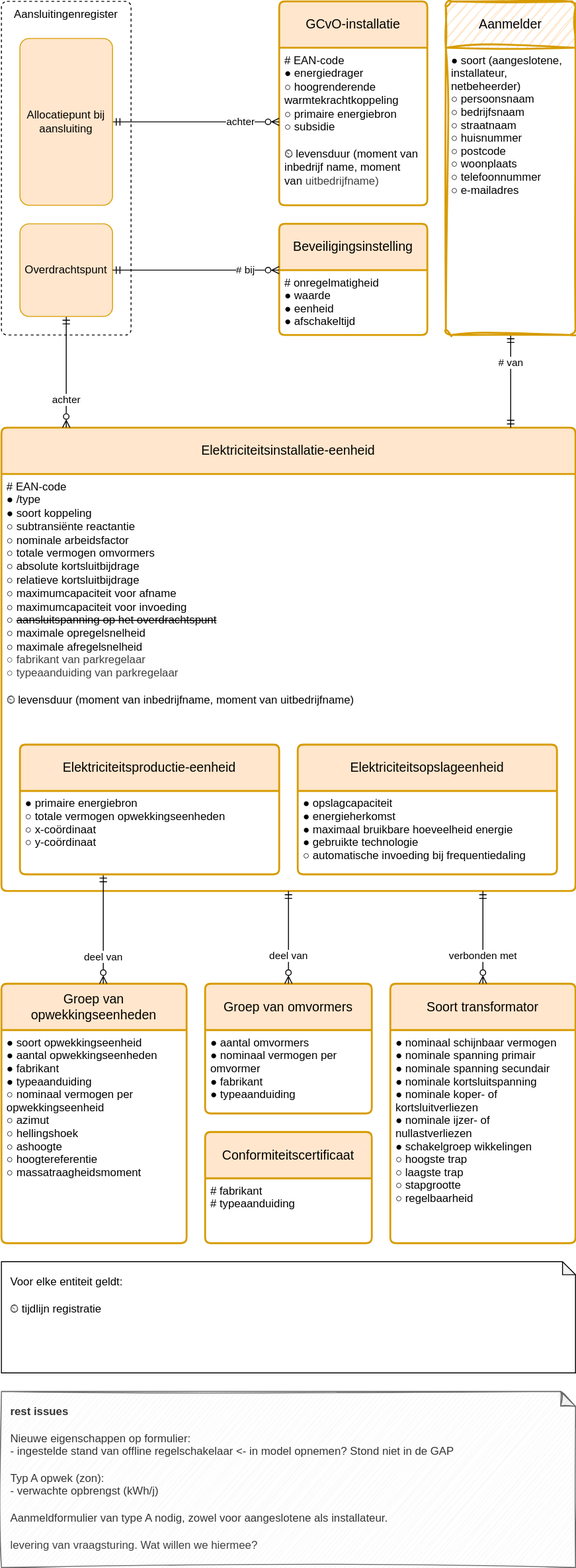
This is registers/installatieregister/1.0/installatieregister.drawio.svg from Netbeheer-Nederland/stelsel, a draw.io export, as it was before one commit. Source tidied: cells renumbered, new cells last; positions are measured from the earlier drawing's top-left corner, leaving out a move shared by most shapes.
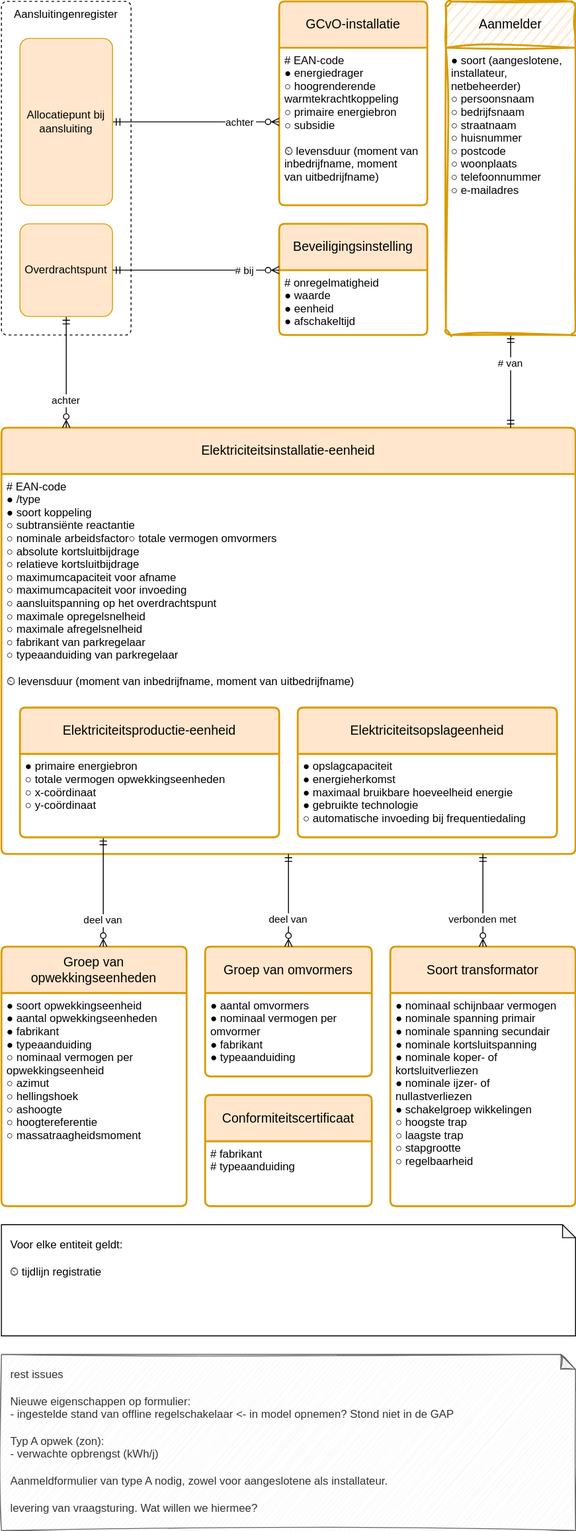
After the commit.

What changed in the source:
```diff
@@ -4,21 +4,21 @@
     <mxCell id="1" parent="0" />
-    <mxCell id="2" value="Aansluitingenregister" style="rounded=1;whiteSpace=wrap;html=1;dashed=1;verticalAlign=top;arcSize=12;absoluteArcSize=1;" parent="1" vertex="1">
-      <mxGeometry width="140" height="360" as="geometry" />
+    <mxCell id="2" value="Aansluitingenregister" style="rounded=1;whiteSpace=wrap;dashed=1;verticalAlign=top;arcSize=12;absoluteArcSize=1;" parent="1" vertex="1">
+      <mxGeometry y="40" width="140" height="360" as="geometry" />
     </mxCell>
-    <mxCell id="3" value="GCvO-installatie" style="swimlane;horizontal=1;startSize=50;rounded=1;fontSize=14;fontStyle=0;strokeWidth=2;shadow=0;dashed=0;align=center;arcSize=4;fillColor=#ffe6cc;strokeColor=#d79b00;whiteSpace=wrap;html=1;spacing=10;" parent="1" vertex="1">
-      <mxGeometry x="300" width="160" height="220" as="geometry" />
+    <mxCell id="3" value="GCvO-installatie" style="swimlane;horizontal=1;startSize=50;rounded=1;fontSize=14;fontStyle=0;strokeWidth=2;shadow=0;dashed=0;align=center;arcSize=4;fillColor=#ffe6cc;strokeColor=#d79b00;whiteSpace=wrap;spacing=10;" parent="1" vertex="1">
+      <mxGeometry x="300" y="40" width="160" height="220" as="geometry" />
     </mxCell>
-    <mxCell id="4" value="# EAN-code&lt;br&gt;● energiedrager&lt;br&gt;○&amp;nbsp;hoogrenderende&lt;div&gt;&amp;nbsp; &amp;nbsp;warmtekrachtkoppeling&lt;br&gt;○ primaire energiebron&lt;br&gt;&lt;div&gt;○ subsidie&lt;br&gt;&lt;br&gt;⏲&amp;nbsp;levensduur&amp;nbsp;&lt;span style=&quot;background-color: initial; color: light-dark(rgb(0, 0, 0), rgb(255, 255, 255));&quot;&gt;(moment&amp;nbsp;&lt;/span&gt;&lt;span style=&quot;background-color: initial; color: light-dark(rgb(0, 0, 0), rgb(255, 255, 255));&quot;&gt;van&lt;/span&gt;&lt;/div&gt;&lt;div&gt;&lt;span style=&quot;background-color: initial; color: light-dark(rgb(0, 0, 0), rgb(255, 255, 255));&quot;&gt;&amp;nbsp; &amp;nbsp; &amp;nbsp;inbedrijf&lt;/span&gt;&lt;span style=&quot;background-color: initial; color: light-dark(rgb(0, 0, 0), rgb(255, 255, 255));&quot;&gt;name,&amp;nbsp;&lt;/span&gt;&lt;span style=&quot;background-color: initial;&quot;&gt;moment&lt;/span&gt;&lt;/div&gt;&lt;div&gt;&lt;span style=&quot;background-color: initial;&quot;&gt;&amp;nbsp; &amp;nbsp; &amp;nbsp;van&amp;nbsp;&lt;/span&gt;&lt;span style=&quot;color: rgb(63, 63, 63); background-color: initial;&quot;&gt;uitbedrijfname)&lt;/span&gt;&lt;/div&gt;&lt;/div&gt;" style="align=left;strokeColor=none;fillColor=none;spacingLeft=4;fontSize=12;verticalAlign=top;html=1;" parent="3" vertex="1">
+    <mxCell id="4" value="# EAN-code&#10;● energiedrager&#10;○ hoogrenderende&#10;   warmtekrachtkoppeling&#10;○ primaire energiebron&#10;○ subsidie&#10;&#10;⏲ levensduur (moment van&#10;     inbedrijfname, moment&#10;     van uitbedrijfname)" style="align=left;strokeColor=none;fillColor=none;spacingLeft=4;fontSize=12;verticalAlign=top;" parent="3" vertex="1">
       <mxGeometry y="50" width="160" height="170" as="geometry" />
     </mxCell>
-    <mxCell id="5" value="achter" style="edgeStyle=elbowEdgeStyle;rounded=0;jettySize=auto;html=1;endArrow=ERmandOne;endFill=0;startArrow=ERzeroToMany;startFill=0;align=right;elbow=vertical;" parent="1" edge="1" source="3" target="22">
+    <mxCell id="5" value="achter" style="edgeStyle=elbowEdgeStyle;rounded=0;jettySize=auto;endArrow=ERmandOne;endFill=0;startArrow=ERzeroToMany;startFill=0;align=right;elbow=vertical;" parent="1" edge="1" source="3" target="22">
       <mxGeometry x="-0.73" relative="1" as="geometry" />
     </mxCell>
-    <mxCell id="6" value="Elektriciteitsinstallatie-eenheid" style="swimlane;horizontal=1;startSize=50;rounded=1;fontSize=14;fontStyle=0;strokeWidth=2;shadow=0;dashed=0;align=center;fillColor=#ffe6cc;strokeColor=#d79b00;arcSize=4;whiteSpace=wrap;html=1;spacing=10;" parent="1" vertex="1">
-      <mxGeometry y="460" width="620" height="500" as="geometry" />
+    <mxCell id="6" value="Elektriciteitsinstallatie-eenheid" style="swimlane;horizontal=1;startSize=50;rounded=1;fontSize=14;fontStyle=0;strokeWidth=2;shadow=0;dashed=0;align=center;fillColor=#ffe6cc;strokeColor=#d79b00;arcSize=4;whiteSpace=wrap;spacing=10;" parent="1" vertex="1">
+      <mxGeometry y="500" width="620" height="460" as="geometry" />
     </mxCell>
-    <mxCell id="7" value="&lt;font style=&quot;background-color: light-dark(#ffffff, var(--ge-dark-color, #121212));&quot;&gt;# EAN-code&lt;br&gt;● /type&lt;/font&gt;&lt;div&gt;&lt;font style=&quot;background-color: light-dark(#ffffff, var(--ge-dark-color, #121212));&quot;&gt;&lt;span style=&quot;color: rgb(0, 0, 0);&quot;&gt;● soort koppeling&lt;/span&gt;&lt;/font&gt;&lt;/div&gt;&lt;div&gt;&lt;font style=&quot;background-color: light-dark(#ffffff, var(--ge-dark-color, #121212));&quot;&gt;&lt;span style=&quot;color: rgb(0, 0, 0);&quot;&gt;○&amp;nbsp;subtransiënte reactantie&lt;/span&gt;&lt;br style=&quot;color: rgb(63, 63, 63); scrollbar-color: rgb(226, 226, 226) rgb(251, 251, 251); padding: 0px; margin: 0px;&quot;&gt;&lt;span style=&quot;color: rgb(0, 0, 0);&quot;&gt;○&amp;nbsp;nominale arbeidsfactor&lt;/span&gt;&lt;font color=&quot;#000000&quot;&gt;&lt;br style=&quot;scrollbar-color: rgb(226, 226, 226) rgb(251, 251, 251); padding: 0px; margin: 0px; color: rgb(63, 63, 63);&quot;&gt;&lt;/font&gt;○&amp;nbsp;totale vermogen omvormers&lt;br&gt;○ absolute kortsluitbijdrage&lt;br&gt;○ relatieve kortsluitbijdrage&lt;br&gt;○&amp;nbsp;maximumcapaciteit voor&amp;nbsp;afname&lt;br&gt;○&amp;nbsp;maximumcapaciteit voor&amp;nbsp;invoeding&lt;br&gt;○&amp;nbsp;&lt;strike style=&quot;&quot;&gt;aansluitspanning op het overdrachtspunt&lt;/strike&gt;&lt;/font&gt;&lt;div&gt;&lt;font&gt;&lt;span style=&quot;background-color: light-dark(#ffffff, var(--ge-dark-color, #121212));&quot;&gt;○ maximale opregelsnelheid&lt;/span&gt;&lt;/font&gt;&lt;/div&gt;&lt;div&gt;&lt;font&gt;&lt;span style=&quot;background-color: light-dark(#ffffff, var(--ge-dark-color, #121212));&quot;&gt;○ maximale afregelsnelheid&lt;/span&gt;&lt;/font&gt;&lt;/div&gt;&lt;div&gt;&lt;font&gt;&lt;span style=&quot;color: rgb(63, 63, 63);&quot;&gt;○&amp;nbsp;&lt;/span&gt;&lt;span style=&quot;color: rgb(63, 63, 63); scrollbar-color: rgb(226, 226, 226) rgb(251, 251, 251);&quot;&gt;fabrikant van parkregelaar&lt;/span&gt;&lt;span style=&quot;background-color: light-dark(#ffffff, var(--ge-dark-color, #121212));&quot;&gt;&lt;/span&gt;&lt;/font&gt;&lt;/div&gt;&lt;div&gt;&lt;font&gt;&lt;span style=&quot;color: rgb(63, 63, 63);&quot;&gt;○ typeaanduiding van parkregelaar&lt;/span&gt;&lt;span style=&quot;background-color: light-dark(#ffffff, var(--ge-dark-color, #121212));&quot;&gt;&lt;/span&gt;&lt;/font&gt;&lt;/div&gt;&lt;div&gt;&lt;br&gt;&lt;/div&gt;&lt;div&gt;&lt;div&gt;&lt;font style=&quot;background-color: light-dark(#ffffff, var(--ge-dark-color, #121212));&quot;&gt;⏲&amp;nbsp;levensduur (moment van inbedrijfname, moment van uitbedrijfname)&lt;/font&gt;&lt;/div&gt;&lt;/div&gt;&lt;/div&gt;" style="align=left;strokeColor=none;fillColor=none;spacingLeft=4;fontSize=12;verticalAlign=top;fontColor=default;html=1;" parent="6" vertex="1">
-      <mxGeometry y="50" width="620" height="450" as="geometry" />
+    <mxCell id="7" value="# EAN-code&#10;● /type&#10;● soort koppeling&#10;○ subtransiënte reactantie&#10;○ nominale arbeidsfactor○ totale vermogen omvormers&#10;○ absolute kortsluitbijdrage&#10;○ relatieve kortsluitbijdrage&#10;○ maximumcapaciteit voor afname&#10;○ maximumcapaciteit voor invoeding&#10;○ aansluitspanning op het overdrachtspunt&#10;○ maximale opregelsnelheid&#10;○ maximale afregelsnelheid&#10;○ fabrikant van parkregelaar&#10;○ typeaanduiding van parkregelaar&#10;&#10;⏲ levensduur (moment van inbedrijfname, moment van uitbedrijfname)" style="align=left;strokeColor=none;fillColor=none;spacingLeft=4;fontSize=12;verticalAlign=top;fontColor=default;" parent="6" vertex="1">
+      <mxGeometry y="50" width="620" height="410" as="geometry" />
     </mxCell>
-    <mxCell id="8" value="Groep van opwekkingseenheden" style="swimlane;horizontal=1;startSize=50;rounded=1;fontSize=14;fontStyle=0;strokeWidth=2;shadow=0;dashed=0;align=center;fillColor=#ffe6cc;strokeColor=#d79b00;arcSize=4;whiteSpace=wrap;html=1;spacing=10;" parent="1" vertex="1">
+    <mxCell id="8" value="Groep van opwekkingseenheden" style="swimlane;horizontal=1;startSize=50;rounded=1;fontSize=14;fontStyle=0;strokeWidth=2;shadow=0;dashed=0;align=center;fillColor=#ffe6cc;strokeColor=#d79b00;arcSize=4;whiteSpace=wrap;spacing=10;" parent="1" vertex="1">
       <mxGeometry y="1060" width="200" height="280" as="geometry" />
@@ -28,3 +28,3 @@
     </mxCell>
-    <mxCell id="10" value="Soort transformator" style="swimlane;horizontal=1;startSize=50;rounded=1;fontSize=14;fontStyle=0;strokeWidth=2;shadow=0;dashed=0;align=center;fillColor=#ffe6cc;strokeColor=#d79b00;arcSize=4;whiteSpace=wrap;html=1;spacing=10;" parent="1" vertex="1">
+    <mxCell id="10" value="Soort transformator" style="swimlane;horizontal=1;startSize=50;rounded=1;fontSize=14;fontStyle=0;strokeWidth=2;shadow=0;dashed=0;align=center;fillColor=#ffe6cc;strokeColor=#d79b00;arcSize=4;whiteSpace=wrap;spacing=10;" parent="1" vertex="1">
       <mxGeometry x="420" y="1060" width="200" height="280" as="geometry" />
@@ -34,6 +34,6 @@
     </mxCell>
-    <mxCell id="12" value="deel van" style="endArrow=ERzeroToMany;html=1;rounded=0;startArrow=ERmandOne;startFill=0;endFill=0;edgeStyle=elbowEdgeStyle;align=center;" parent="1" edge="1" source="13" target="8">
+    <mxCell id="12" value="deel van" style="endArrow=ERzeroToMany;rounded=0;startArrow=ERmandOne;startFill=0;endFill=0;edgeStyle=elbowEdgeStyle;align=center;" parent="1" edge="1" source="13" target="8">
       <mxGeometry x="0.5" relative="1" as="geometry" />
     </mxCell>
-    <mxCell id="13" value="Elektriciteitsproductie-eenheid" style="swimlane;horizontal=1;startSize=50;rounded=1;fontSize=14;fontStyle=0;strokeWidth=2;shadow=0;dashed=0;align=center;fillColor=#ffe6cc;strokeColor=#d79b00;arcSize=4;whiteSpace=wrap;html=1;spacing=10;" parent="1" vertex="1">
+    <mxCell id="13" value="Elektriciteitsproductie-eenheid" style="swimlane;horizontal=1;startSize=50;rounded=1;fontSize=14;fontStyle=0;strokeWidth=2;shadow=0;dashed=0;align=center;fillColor=#ffe6cc;strokeColor=#d79b00;arcSize=4;whiteSpace=wrap;spacing=10;" parent="1" vertex="1">
       <mxGeometry x="20" y="802" width="280" height="140" as="geometry" />
@@ -43,3 +43,3 @@
     </mxCell>
-    <mxCell id="15" value="Elektriciteitsopslageenheid" style="swimlane;horizontal=1;startSize=50;rounded=1;fontSize=14;fontStyle=0;strokeWidth=2;shadow=0;dashed=0;align=center;fillColor=#ffe6cc;strokeColor=#d79b00;arcSize=4;whiteSpace=wrap;html=1;spacing=10;" parent="1" vertex="1">
+    <mxCell id="15" value="Elektriciteitsopslageenheid" style="swimlane;horizontal=1;startSize=50;rounded=1;fontSize=14;fontStyle=0;strokeWidth=2;shadow=0;dashed=0;align=center;fillColor=#ffe6cc;strokeColor=#d79b00;arcSize=4;whiteSpace=wrap;spacing=10;" parent="1" vertex="1">
       <mxGeometry x="320" y="802" width="280" height="140" as="geometry" />
@@ -49,12 +49,12 @@
     </mxCell>
-    <mxCell id="17" style="edgeStyle=none;html=1;entryX=0;entryY=0;entryDx=0;entryDy=0;" parent="15" edge="1" source="15" target="16">
+    <mxCell id="17" style="edgeStyle=none;entryX=0;entryY=0;entryDx=0;entryDy=0;" parent="15" edge="1" source="15" target="16">
       <mxGeometry relative="1" as="geometry" />
     </mxCell>
-    <mxCell id="18" value="achter" style="endArrow=ERmandOne;html=1;rounded=0;endFill=0;startArrow=ERzeroToMany;startFill=0;align=center;edgeStyle=elbowEdgeStyle;" parent="1" edge="1" source="6" target="19">
+    <mxCell id="18" value="achter" style="endArrow=ERmandOne;rounded=0;endFill=0;startArrow=ERzeroToMany;startFill=0;align=center;edgeStyle=elbowEdgeStyle;" parent="1" edge="1" source="6" target="19">
       <mxGeometry x="-0.5" relative="1" as="geometry" />
     </mxCell>
-    <mxCell id="19" value="Overdrachtspunt" style="rounded=1;arcSize=10;whiteSpace=wrap;html=1;align=center;fillColor=#ffe6cc;strokeColor=#d79b00;" parent="1" vertex="1">
-      <mxGeometry x="20" y="240" width="100" height="100" as="geometry" />
+    <mxCell id="19" value="Overdrachtspunt" style="rounded=1;arcSize=10;whiteSpace=wrap;align=center;fillColor=#ffe6cc;strokeColor=#d79b00;" parent="1" vertex="1">
+      <mxGeometry x="20" y="280" width="100" height="100" as="geometry" />
     </mxCell>
-    <mxCell id="20" value="Conformiteitscertificaat" style="swimlane;horizontal=1;startSize=50;rounded=1;fontSize=14;fontStyle=0;strokeWidth=2;shadow=0;dashed=0;align=center;fillColor=#ffe6cc;strokeColor=#d79b00;arcSize=4;whiteSpace=wrap;html=1;spacing=10;" parent="1" vertex="1">
+    <mxCell id="20" value="Conformiteitscertificaat" style="swimlane;horizontal=1;startSize=50;rounded=1;fontSize=14;fontStyle=0;strokeWidth=2;shadow=0;dashed=0;align=center;fillColor=#ffe6cc;strokeColor=#d79b00;arcSize=4;whiteSpace=wrap;spacing=10;" parent="1" vertex="1">
       <mxGeometry x="220" y="1220" width="180" height="120" as="geometry" />
@@ -64,7 +64,7 @@
     </mxCell>
-    <mxCell id="22" value="Allocatiepunt bij aansluiting" style="rounded=1;arcSize=10;whiteSpace=wrap;html=1;align=center;fillColor=#ffe6cc;strokeColor=#d79b00;" parent="1" vertex="1">
-      <mxGeometry x="20" y="40" width="100" height="180" as="geometry" />
+    <mxCell id="22" value="Allocatiepunt bij aansluiting" style="rounded=1;arcSize=10;whiteSpace=wrap;align=center;fillColor=#ffe6cc;strokeColor=#d79b00;" parent="1" vertex="1">
+      <mxGeometry x="20" y="80" width="100" height="180" as="geometry" />
     </mxCell>
-    <mxCell id="23" value="Beveiligingsinstelling" style="swimlane;horizontal=1;startSize=50;rounded=1;fontSize=14;fontStyle=0;strokeWidth=2;shadow=0;dashed=0;align=center;fillColor=#ffe6cc;strokeColor=#d79b00;arcSize=4;whiteSpace=wrap;html=1;spacing=10;" parent="1" vertex="1">
-      <mxGeometry x="300" y="240" width="160" height="120" as="geometry" />
+    <mxCell id="23" value="Beveiligingsinstelling" style="swimlane;horizontal=1;startSize=50;rounded=1;fontSize=14;fontStyle=0;strokeWidth=2;shadow=0;dashed=0;align=center;fillColor=#ffe6cc;strokeColor=#d79b00;arcSize=4;whiteSpace=wrap;spacing=10;" parent="1" vertex="1">
+      <mxGeometry x="300" y="280" width="160" height="120" as="geometry" />
     </mxCell>
@@ -73,6 +73,6 @@
     </mxCell>
-    <mxCell id="25" value="# bij" style="endArrow=ERzeroToMany;html=1;rounded=0;startArrow=ERmandOne;startFill=0;endFill=0;align=right;edgeStyle=elbowEdgeStyle;elbow=vertical;" parent="1" edge="1" source="19" target="23">
+    <mxCell id="25" value="# bij" style="endArrow=ERzeroToMany;rounded=0;startArrow=ERmandOne;startFill=0;endFill=0;align=right;edgeStyle=elbowEdgeStyle;elbow=vertical;" parent="1" edge="1" source="19" target="23">
       <mxGeometry x="0.73" relative="1" as="geometry" />
     </mxCell>
-    <mxCell id="26" value="Groep van omvormers" style="swimlane;horizontal=1;startSize=50;rounded=1;fontSize=14;fontStyle=0;strokeWidth=2;shadow=0;dashed=0;align=center;fillColor=#ffe6cc;strokeColor=#d79b00;arcSize=4;whiteSpace=wrap;html=1;spacing=10;" parent="1" vertex="1">
+    <mxCell id="26" value="Groep van omvormers" style="swimlane;horizontal=1;startSize=50;rounded=1;fontSize=14;fontStyle=0;strokeWidth=2;shadow=0;dashed=0;align=center;fillColor=#ffe6cc;strokeColor=#d79b00;arcSize=4;whiteSpace=wrap;spacing=10;" parent="1" vertex="1">
       <mxGeometry x="220" y="1060" width="180" height="140" as="geometry" />
@@ -82,16 +82,16 @@
     </mxCell>
-    <mxCell id="28" value="deel van" style="endArrow=ERzeroToMany;html=1;rounded=0;startArrow=ERmandOne;startFill=0;endFill=0;align=center;edgeStyle=elbowEdgeStyle;" parent="1" edge="1" source="6" target="26">
+    <mxCell id="28" value="deel van" style="endArrow=ERzeroToMany;rounded=0;startArrow=ERmandOne;startFill=0;endFill=0;align=center;edgeStyle=elbowEdgeStyle;" parent="1" edge="1" source="6" target="26">
       <mxGeometry x="0.4" relative="1" as="geometry" />
     </mxCell>
-    <mxCell id="29" value="verbonden met" style="endArrow=ERzeroToMany;html=1;rounded=0;startArrow=ERmandOne;startFill=0;endFill=0;align=center;edgeStyle=elbowEdgeStyle;" parent="1" edge="1" source="6" target="10">
+    <mxCell id="29" value="verbonden met" style="endArrow=ERzeroToMany;rounded=0;startArrow=ERmandOne;startFill=0;endFill=0;align=center;edgeStyle=elbowEdgeStyle;" parent="1" edge="1" source="6" target="10">
       <mxGeometry x="0.4" relative="1" as="geometry" />
     </mxCell>
-    <mxCell id="30" value="Voor elke entiteit geldt:&lt;div&gt;&lt;br&gt;&lt;/div&gt;&lt;div&gt;&lt;span style=&quot;text-wrap-mode: nowrap;&quot;&gt;⏲ tijdlijn registratie&lt;/span&gt;&lt;/div&gt;" style="shape=note;whiteSpace=wrap;html=1;backgroundOutline=1;darkOpacity=0.05;align=left;spacing=10;size=14;verticalAlign=top;" parent="1" vertex="1">
+    <mxCell id="30" value="Voor elke entiteit geldt:&#10;&#10;⏲ tijdlijn registratie" style="shape=note;whiteSpace=wrap;backgroundOutline=1;darkOpacity=0.05;align=left;spacing=10;size=14;verticalAlign=top;" parent="1" vertex="1">
       <mxGeometry y="1360" width="620" height="120" as="geometry" />
     </mxCell>
-    <mxCell id="31" value="# van" style="edgeStyle=elbowEdgeStyle;html=1;endArrow=ERmandOne;endFill=0;startArrow=ERmandOne;startFill=0;align=center;" parent="1" edge="1" source="32" target="6">
+    <mxCell id="31" value="# van" style="edgeStyle=elbowEdgeStyle;endArrow=ERmandOne;endFill=0;startArrow=ERmandOne;startFill=0;align=center;" parent="1" edge="1" source="32" target="6">
       <mxGeometry x="-0.4" relative="1" as="geometry" />
     </mxCell>
-    <mxCell id="32" value="Aanmelder" style="swimlane;horizontal=1;startSize=50;rounded=1;fontSize=14;fontStyle=0;strokeWidth=2;shadow=0;dashed=0;align=center;fillColor=#ffe6cc;strokeColor=#d79b00;arcSize=4;whiteSpace=wrap;html=1;spacing=10;sketch=1;curveFitting=1;jiggle=2;" parent="1" vertex="1">
-      <mxGeometry x="480" width="140" height="360" as="geometry" />
+    <mxCell id="32" value="Aanmelder" style="swimlane;horizontal=1;startSize=50;rounded=1;fontSize=14;fontStyle=0;strokeWidth=2;shadow=0;dashed=0;align=center;fillColor=#ffe6cc;strokeColor=#d79b00;arcSize=4;whiteSpace=wrap;spacing=10;sketch=1;curveFitting=1;jiggle=2;" parent="1" vertex="1">
+      <mxGeometry x="480" y="40" width="140" height="360" as="geometry" />
     </mxCell>
@@ -100,3 +100,3 @@
     </mxCell>
-    <mxCell id="34" value="&lt;div&gt;&lt;b&gt;rest issues&lt;/b&gt;&lt;/div&gt;&lt;div&gt;&lt;br&gt;&lt;/div&gt;&lt;div&gt;Nieuwe eigenschappen op formulier:&lt;/div&gt;&lt;div&gt;- ingestelde stand van offline regelschakelaar &amp;lt;- in model opnemen? Stond niet in de GAP&lt;/div&gt;&lt;div&gt;&lt;br&gt;&lt;/div&gt;&lt;div&gt;Typ A opwek (zon):&lt;/div&gt;&lt;div&gt;- verwachte opbrengst (kWh/j)&lt;/div&gt;&lt;div&gt;&lt;br&gt;&lt;/div&gt;&lt;div&gt;&lt;span style=&quot;color: rgb(51, 51, 51);&quot;&gt;Aanmeldformulier van type A nodig, zowel voor aangeslotene als installateur.&lt;/span&gt;&lt;/div&gt;&lt;div&gt;&lt;span style=&quot;color: rgb(63, 63, 63); background-color: transparent;&quot;&gt;&lt;br&gt;&lt;/span&gt;&lt;/div&gt;&lt;div&gt;&lt;span style=&quot;color: rgb(63, 63, 63); background-color: transparent;&quot;&gt;levering van vraagsturing. Wat willen we hiermee?&lt;/span&gt;&lt;/div&gt;" style="shape=note;whiteSpace=wrap;html=1;backgroundOutline=1;darkOpacity=0.05;sketch=1;curveFitting=1;jiggle=2;fillColor=#f5f5f5;fontColor=#333333;strokeColor=#666666;spacing=10;verticalAlign=top;align=left;size=16;" parent="1" vertex="1">
+    <mxCell id="34" value="rest issues&#10;&#10;Nieuwe eigenschappen op formulier:&#10;- ingestelde stand van offline regelschakelaar &lt;- in model opnemen? Stond niet in de GAP&#10;&#10;Typ A opwek (zon):&#10;- verwachte opbrengst (kWh/j)&#10;&#10;Aanmeldformulier van type A nodig, zowel voor aangeslotene als installateur.&#10;&#10;levering van vraagsturing. Wat willen we hiermee?" style="shape=note;whiteSpace=wrap;backgroundOutline=1;darkOpacity=0.05;sketch=1;curveFitting=1;jiggle=2;fillColor=#f5f5f5;fontColor=#333333;strokeColor=#666666;spacing=10;verticalAlign=top;align=left;size=16;" parent="1" vertex="1">
       <mxGeometry y="1500" width="620" height="190" as="geometry" />
```
